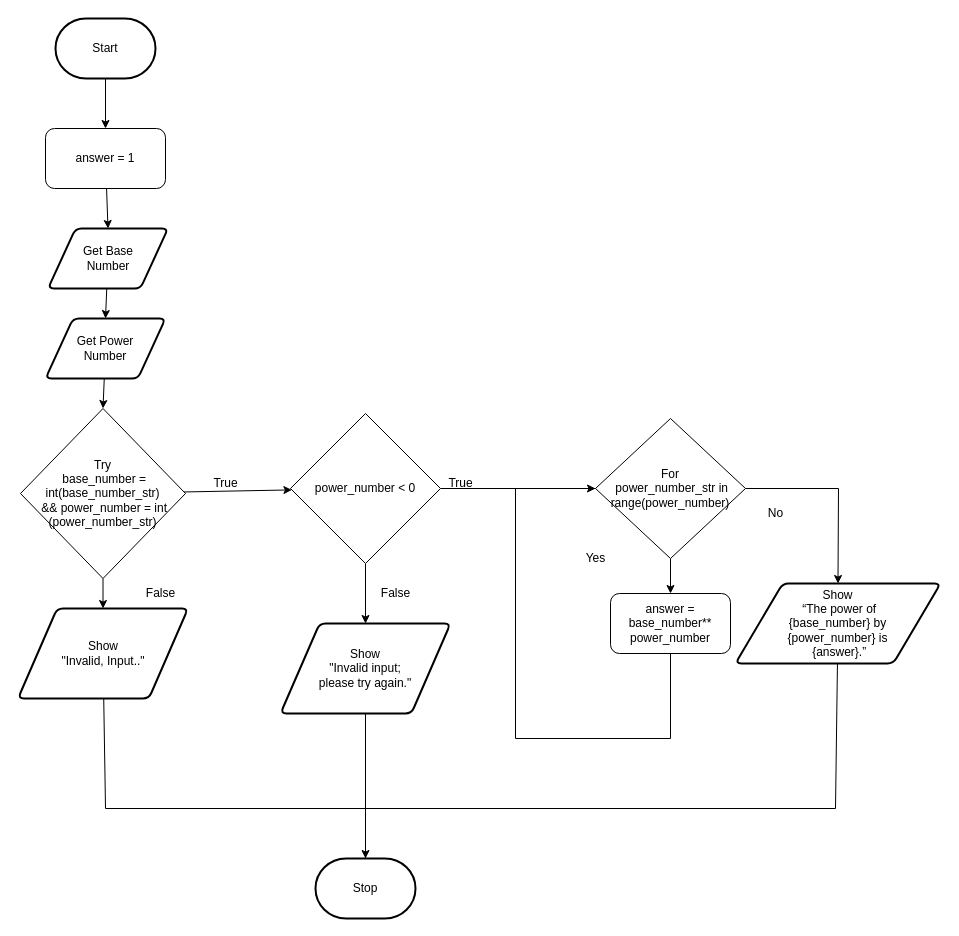
This is design/flowchart.drawio from MTHS-ICS3U-2-2022/ICS3U-Assignment-5-Nina-S-Mathew, a draw.io file, before an edit. Source tidied: cells renumbered, new cells numbered last; positions are measured from the earlier drawing's top-left corner, leaving out a move shared by most shapes. Both pictures are drawn from the tidied source at 100%, with x=0, y=0 at pixel (17, 18).
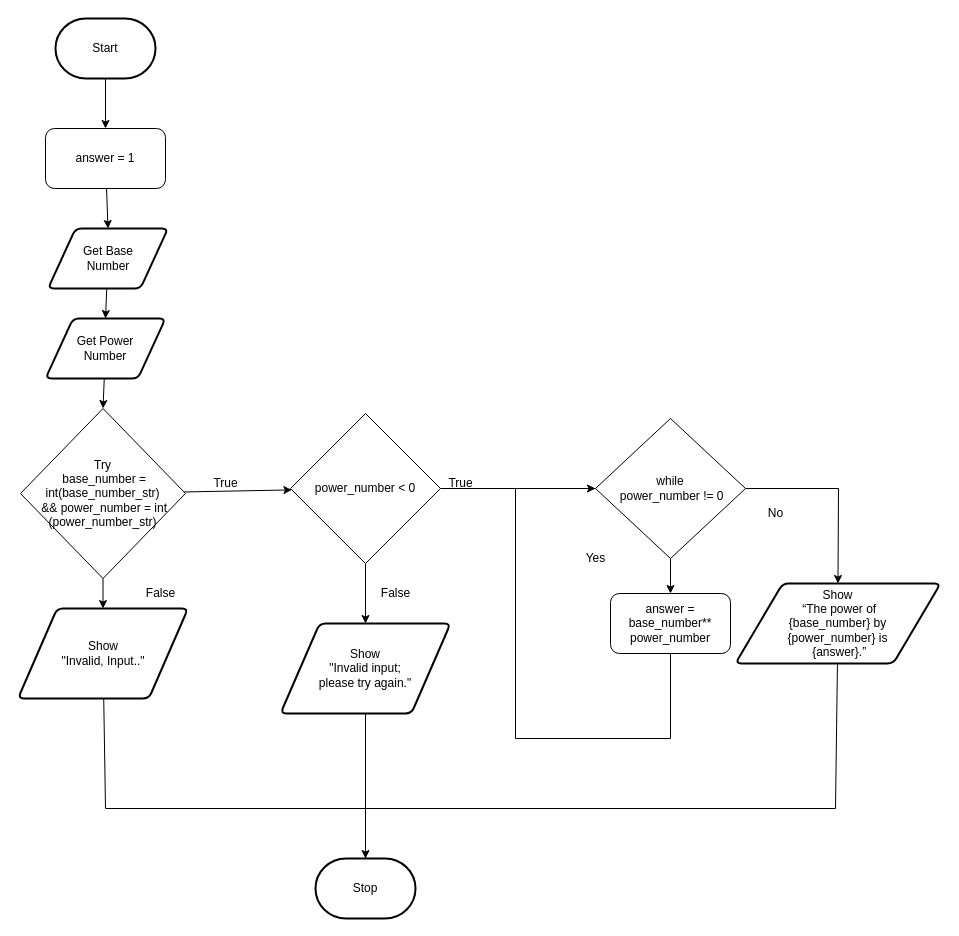
Above is the later version.

Change to the diagram source:
```diff
@@
-    <mxCell id="11" value="For&lt;br&gt;&amp;nbsp;power_number_str in range(power_number)" style="rhombus;whiteSpace=wrap;html=1;" parent="1" vertex="1">
+    <mxCell id="11" value="while&lt;br&gt;&amp;nbsp;power_number != 0" style="rhombus;whiteSpace=wrap;html=1;" parent="1" vertex="1">
       <mxGeometry x="578" y="400" width="150" height="140" as="geometry" />
     </mxCell>
```
